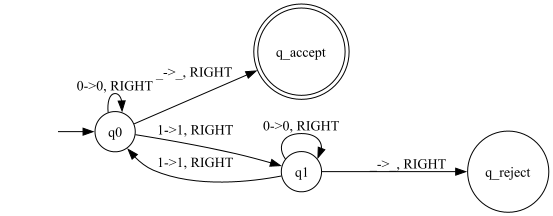
Above: graph.png in olcaytaner/410-Exam (Graphviz), before the change. Its source is kept beside it as graph.dot.
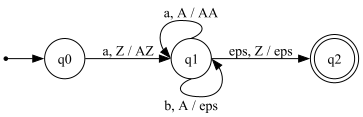
Above is the later version.

Change to the diagram source:
```diff
@@ -1,14 +1,11 @@
-digraph TuringMachine {
+digraph PDA {
   rankdir=LR;
   node [shape = circle];
-  "q_accept" [shape = doublecircle];
-  "q_accept";
-  "" [shape = none];
+  "q2" [shape=doublecircle];
+  "" [shape=point];
   "" -> "q0";
-  "q1" -> "q_reject" [label = "_ -> _, RIGHT"];
-  "q0" -> "q0" [label = "0 -> 0, RIGHT"];
-  "q1" -> "q0" [label = "1 -> 1, RIGHT"];
-  "q0" -> "q_accept" [label = "_ -> _, RIGHT"];
-  "q1" -> "q1" [label = "0 -> 0, RIGHT"];
-  "q0" -> "q1" [label = "1 -> 1, RIGHT"];
+  "q1":n -> "q1":w [label="a, A / AA"];
+  "q1":s -> "q1":e [label="b, A / eps"];
+  "q1" -> "q2" [label="eps, Z / eps"];
+  "q0" -> "q1" [label="a, Z / AZ"];
 }
```
